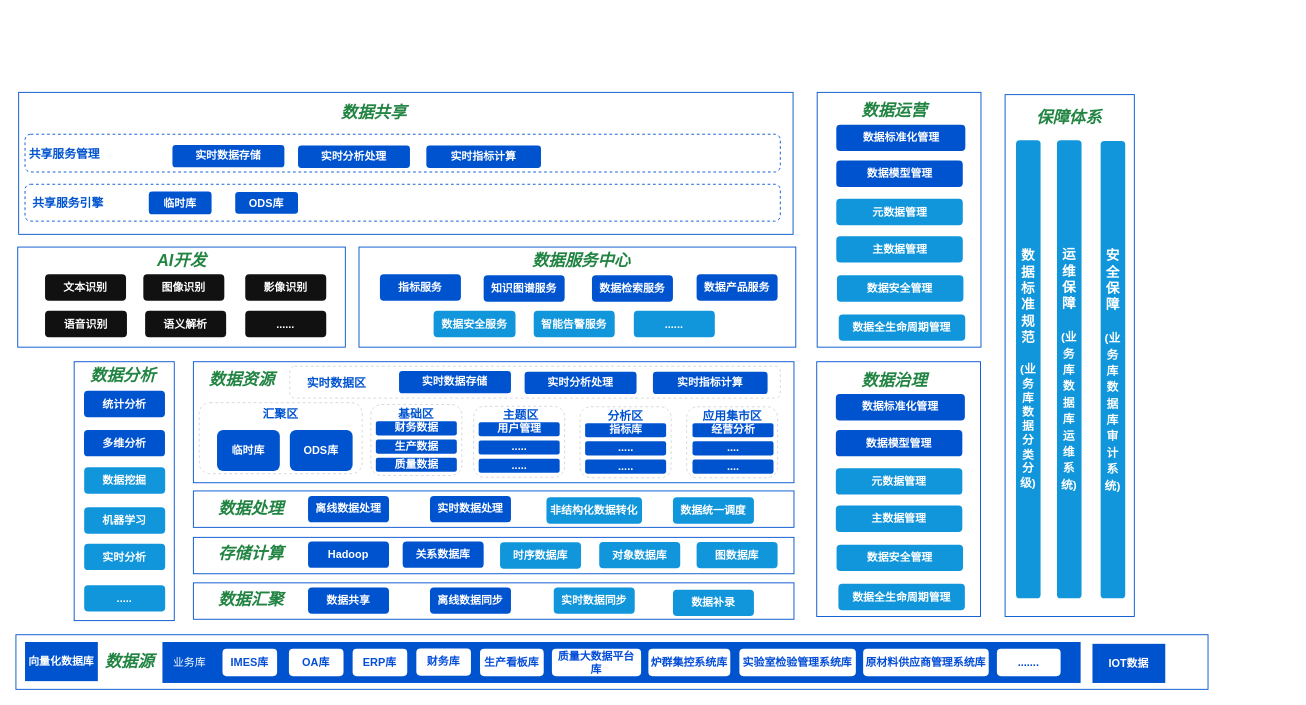
Earlier version of the draw.io diagram 数据.drawio (Niujieheng/GitHub_june). Source tidied: cells renumbered, new cells numbered last; positions are measured from the earlier drawing's top-left corner, leaving out a move shared by most shapes. Both pictures are drawn from the tidied source at 91%, with x=0, y=0 at pixel (15, 92).
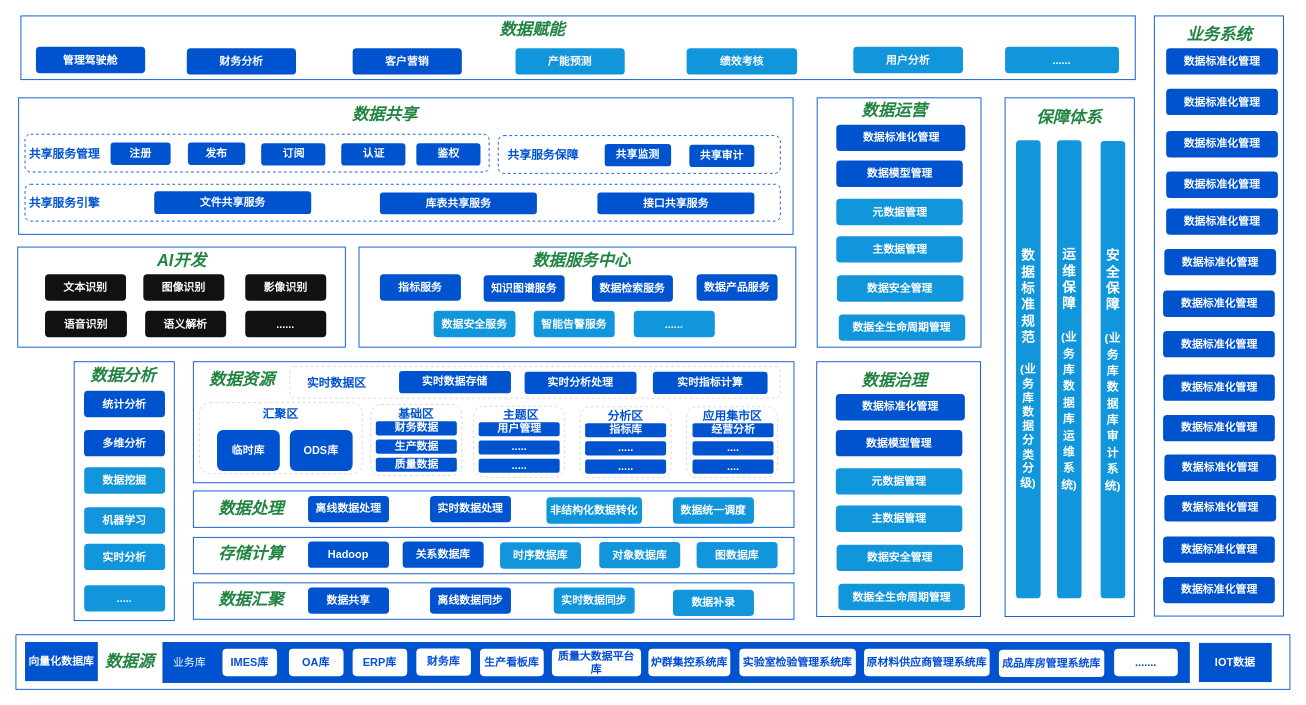
After the change.

What changed in the source:
```diff
@@
     <mxCell id="2" style="rounded=0;whiteSpace=wrap;html=1;strokeColor=light-dark(#0053cf, #ededed);" parent="1" vertex="1">
-      <mxGeometry y="596" width="1310" height="60" as="geometry" />
+      <mxGeometry y="596" width="1400" height="60" as="geometry" />
     </mxCell>
@@
     <mxCell id="4" style="rounded=0;whiteSpace=wrap;html=1;fillColor=light-dark(#0053cf, #ededed);strokeColor=none;" parent="1" vertex="1">
-      <mxGeometry x="161" y="604" width="1009" height="45" as="geometry" />
+      <mxGeometry x="161" y="604" width="1129" height="45" as="geometry" />
     </mxCell>
@@
     <mxCell id="13" value="&lt;font style=&quot;color: light-dark(rgb(3, 77, 215), rgb(237, 237, 237));&quot;&gt;&lt;b&gt;原材料供应商管理系统&lt;/b&gt;&lt;/font&gt;&lt;b style=&quot;color: rgb(3, 77, 215);&quot;&gt;库&lt;/b&gt;" style="text;html=1;whiteSpace=wrap;strokeColor=none;fillColor=default;align=center;verticalAlign=middle;rounded=1;" parent="1" vertex="1">
-      <mxGeometry x="931" y="611.5" width="138" height="30" as="geometry" />
+      <mxGeometry x="932" y="611.5" width="138" height="30" as="geometry" />
     </mxCell>
@@
     <mxCell id="15" value="&lt;font style=&quot;color: light-dark(rgb(3, 77, 215), rgb(237, 237, 237));&quot;&gt;&lt;b&gt;.......&lt;/b&gt;&lt;/font&gt;" style="text;html=1;whiteSpace=wrap;strokeColor=none;fillColor=default;align=center;verticalAlign=middle;rounded=1;" parent="1" vertex="1">
-      <mxGeometry x="1078" y="611.5" width="70" height="30" as="geometry" />
+      <mxGeometry x="1206.8" y="611.5" width="70" height="30" as="geometry" />
     </mxCell>
     <mxCell id="16" value="&lt;font style=&quot;color: light-dark(rgb(255, 255, 255), rgb(237, 237, 237));&quot;&gt;&lt;b style=&quot;&quot;&gt;IOT数据&lt;/b&gt;&lt;/font&gt;" style="text;html=1;whiteSpace=wrap;strokeColor=none;fillColor=light-dark(#0053cf, #ededed);align=center;verticalAlign=middle;rounded=0;" parent="1" vertex="1">
-      <mxGeometry x="1183" y="606" width="80" height="43" as="geometry" />
+      <mxGeometry x="1300" y="605" width="80" height="43" as="geometry" />
     </mxCell>
@@
     <mxCell id="55" style="rounded=0;whiteSpace=wrap;html=1;strokeColor=light-dark(#0053cf, #ededed);" parent="1" vertex="1">
-      <mxGeometry x="1087" y="2.5" width="142" height="573.5" as="geometry" />
+      <mxGeometry x="1087" y="6" width="142" height="570" as="geometry" />
     </mxCell>
@@
     <mxCell id="76" style="rounded=0;whiteSpace=wrap;html=1;strokeColor=light-dark(#0053cf, #ededed);" parent="1" vertex="1">
-      <mxGeometry x="880.5" width="180" height="280" as="geometry" />
+      <mxGeometry x="880.5" y="6" width="180" height="274" as="geometry" />
     </mxCell>
@@
     <mxCell id="114" style="rounded=0;whiteSpace=wrap;html=1;strokeColor=light-dark(#0053cf, #ededed);" parent="1" vertex="1">
-      <mxGeometry x="3" width="851" height="156" as="geometry" />
+      <mxGeometry x="3" y="6" width="851" height="150" as="geometry" />
     </mxCell>
     <mxCell id="115" value="&lt;font color=&quot;#228442&quot;&gt;&lt;span style=&quot;font-size: 18px;&quot;&gt;&lt;b&gt;&lt;i&gt;数据共享&lt;/i&gt;&lt;/b&gt;&lt;/span&gt;&lt;/font&gt;" style="text;html=1;whiteSpace=wrap;strokeColor=none;fillColor=none;align=center;verticalAlign=middle;rounded=0;" parent="1" vertex="1">
-      <mxGeometry x="345.5" y="7.5" width="94.5" height="30" as="geometry" />
+      <mxGeometry x="357.5" y="10" width="94.5" height="30" as="geometry" />
     </mxCell>
@@
-    <mxCell id="117" value="&lt;font style=&quot;color: light-dark(rgb(255, 255, 255), rgb(237, 237, 237));&quot;&gt;&lt;b style=&quot;&quot;&gt;ODS库&lt;/b&gt;&lt;/font&gt;" style="text;html=1;whiteSpace=wrap;strokeColor=none;fillColor=light-dark(#0053cf, #ededed);align=center;verticalAlign=middle;rounded=1;" parent="1" vertex="1">
-      <mxGeometry x="241" y="109.5" width="69" height="24" as="geometry" />
+    <mxCell id="117" value="&lt;font style=&quot;color: light-dark(rgb(255, 255, 255), rgb(237, 237, 237));&quot;&gt;&lt;b style=&quot;&quot;&gt;库表共享服务&lt;/b&gt;&lt;/font&gt;" style="text;html=1;whiteSpace=wrap;strokeColor=none;fillColor=light-dark(#0053cf, #ededed);align=center;verticalAlign=middle;rounded=1;" parent="1" vertex="1">
+      <mxGeometry x="400" y="110" width="172.5" height="24" as="geometry" />
     </mxCell>
     <mxCell id="118" value="&lt;font style=&quot;color: light-dark(rgb(0, 83, 207), rgb(237, 237, 237)); font-size: 13px;&quot;&gt;&lt;b&gt;共享服务引擎&lt;/b&gt;&lt;/font&gt;" style="text;html=1;whiteSpace=wrap;strokeColor=none;fillColor=none;align=center;verticalAlign=middle;rounded=0;" parent="1" vertex="1">
-      <mxGeometry x="15" y="106.2" width="85" height="30" as="geometry" />
+      <mxGeometry x="10.5" y="106.2" width="85" height="30" as="geometry" />
     </mxCell>
-    <mxCell id="119" value="&lt;font style=&quot;color: light-dark(rgb(255, 255, 255), rgb(237, 237, 237));&quot;&gt;&lt;b style=&quot;&quot;&gt;临时库&lt;/b&gt;&lt;/font&gt;" style="text;html=1;whiteSpace=wrap;strokeColor=none;fillColor=light-dark(#0053cf, #ededed);align=center;verticalAlign=middle;rounded=1;" parent="1" vertex="1">
-      <mxGeometry x="146" y="109" width="69" height="25" as="geometry" />
+    <mxCell id="119" value="&lt;font style=&quot;color: light-dark(rgb(255, 255, 255), rgb(237, 237, 237));&quot;&gt;&lt;b style=&quot;&quot;&gt;文件共享服务&lt;/b&gt;&lt;/font&gt;" style="text;html=1;whiteSpace=wrap;strokeColor=none;fillColor=light-dark(#0053cf, #ededed);align=center;verticalAlign=middle;rounded=1;" parent="1" vertex="1">
+      <mxGeometry x="152" y="108.8" width="172.5" height="25" as="geometry" />
     </mxCell>
     <mxCell id="120" style="rounded=1;whiteSpace=wrap;html=1;dashed=1;strokeColor=light-dark(#0051d8, #ededed);strokeWidth=1;" parent="1" vertex="1">
-      <mxGeometry x="10" y="46" width="830" height="41.5" as="geometry" />
+      <mxGeometry x="10" y="46" width="510" height="41.5" as="geometry" />
     </mxCell>
@@
-    <mxCell id="122" value="&lt;font style=&quot;color: light-dark(rgb(255, 255, 255), rgb(237, 237, 237));&quot;&gt;&lt;b style=&quot;&quot;&gt;实时分析处理&lt;/b&gt;&lt;/font&gt;" style="text;html=1;whiteSpace=wrap;strokeColor=none;fillColor=light-dark(#0053cf, #ededed);align=center;verticalAlign=middle;rounded=1;" parent="1" vertex="1">
-      <mxGeometry x="310" y="58.5" width="123" height="24.5" as="geometry" />
+    <mxCell id="122" value="&lt;font style=&quot;color: light-dark(rgb(255, 255, 255), rgb(237, 237, 237));&quot;&gt;&lt;b style=&quot;&quot;&gt;发布&lt;/b&gt;&lt;/font&gt;" style="text;html=1;whiteSpace=wrap;strokeColor=none;fillColor=light-dark(#0053cf, #ededed);align=center;verticalAlign=middle;rounded=1;" parent="1" vertex="1">
+      <mxGeometry x="189" y="55.2" width="63" height="24.5" as="geometry" />
     </mxCell>
-    <mxCell id="123" value="&lt;font style=&quot;color: light-dark(rgb(255, 255, 255), rgb(237, 237, 237));&quot;&gt;&lt;b style=&quot;&quot;&gt;实时指标计算&lt;/b&gt;&lt;/font&gt;" style="text;html=1;whiteSpace=wrap;strokeColor=none;fillColor=light-dark(#0053cf, #ededed);align=center;verticalAlign=middle;rounded=1;" parent="1" vertex="1">
-      <mxGeometry x="451" y="58.5" width="126" height="24.5" as="geometry" />
+    <mxCell id="123" value="&lt;font style=&quot;color: light-dark(rgb(255, 255, 255), rgb(237, 237, 237));&quot;&gt;&lt;b style=&quot;&quot;&gt;订阅&lt;/b&gt;&lt;/font&gt;" style="text;html=1;whiteSpace=wrap;strokeColor=none;fillColor=light-dark(#0053cf, #ededed);align=center;verticalAlign=middle;rounded=1;" parent="1" vertex="1">
+      <mxGeometry x="269.5" y="56" width="70.5" height="24.5" as="geometry" />
     </mxCell>
-    <mxCell id="124" value="&lt;font style=&quot;color: light-dark(rgb(255, 255, 255), rgb(237, 237, 237));&quot;&gt;&lt;b style=&quot;&quot;&gt;实时数据存储&lt;/b&gt;&lt;/font&gt;" style="text;html=1;whiteSpace=wrap;strokeColor=none;fillColor=light-dark(#0053cf, #ededed);align=center;verticalAlign=middle;rounded=1;" parent="1" vertex="1">
-      <mxGeometry x="172" y="57.8" width="123" height="24.5" as="geometry" />
+    <mxCell id="124" value="&lt;font style=&quot;color: light-dark(rgb(255, 255, 255), rgb(237, 237, 237));&quot;&gt;&lt;b style=&quot;&quot;&gt;注册&lt;/b&gt;&lt;/font&gt;" style="text;html=1;whiteSpace=wrap;strokeColor=none;fillColor=light-dark(#0053cf, #ededed);align=center;verticalAlign=middle;rounded=1;" parent="1" vertex="1">
+      <mxGeometry x="104" y="55.2" width="66" height="24.5" as="geometry" />
     </mxCell>
+    <mxCell id="125" value="&lt;font style=&quot;color: light-dark(rgb(255, 255, 255), rgb(237, 237, 237));&quot;&gt;&lt;b style=&quot;&quot;&gt;认证&lt;/b&gt;&lt;/font&gt;" style="text;html=1;whiteSpace=wrap;strokeColor=none;fillColor=light-dark(#0053cf, #ededed);align=center;verticalAlign=middle;rounded=1;" parent="1" vertex="1">
+      <mxGeometry x="357.5" y="56" width="70.5" height="24.5" as="geometry" />
+    </mxCell>
+    <mxCell id="126" value="&lt;font style=&quot;color: light-dark(rgb(255, 255, 255), rgb(237, 237, 237));&quot;&gt;&lt;b style=&quot;&quot;&gt;鉴权&lt;/b&gt;&lt;/font&gt;" style="text;html=1;whiteSpace=wrap;strokeColor=none;fillColor=light-dark(#0053cf, #ededed);align=center;verticalAlign=middle;rounded=1;" parent="1" vertex="1">
+      <mxGeometry x="440" y="56" width="70.5" height="24.5" as="geometry" />
+    </mxCell>
+    <mxCell id="127" value="&lt;font style=&quot;color: light-dark(rgb(255, 255, 255), rgb(237, 237, 237));&quot;&gt;&lt;b style=&quot;&quot;&gt;接口共享服务&lt;/b&gt;&lt;/font&gt;" style="text;html=1;whiteSpace=wrap;strokeColor=none;fillColor=light-dark(#0053cf, #ededed);align=center;verticalAlign=middle;rounded=1;" parent="1" vertex="1">
+      <mxGeometry x="639" y="110" width="172.5" height="24" as="geometry" />
+    </mxCell>
+    <mxCell id="128" style="rounded=1;whiteSpace=wrap;html=1;dashed=1;strokeColor=light-dark(#0051d8, #ededed);strokeWidth=1;" parent="1" vertex="1">
+      <mxGeometry x="530" y="47.5" width="310" height="41.5" as="geometry" />
+    </mxCell>
+    <mxCell id="129" value="&lt;font color=&quot;#0053cf&quot;&gt;&lt;span style=&quot;font-size: 13px;&quot;&gt;&lt;b&gt;共享服务保障&lt;/b&gt;&lt;/span&gt;&lt;/font&gt;" style="text;html=1;whiteSpace=wrap;strokeColor=none;fillColor=none;align=center;verticalAlign=middle;rounded=0;" parent="1" vertex="1">
+      <mxGeometry x="536.5" y="54" width="84.5" height="30" as="geometry" />
+    </mxCell>
+    <mxCell id="130" value="&lt;font style=&quot;color: light-dark(rgb(255, 255, 255), rgb(237, 237, 237));&quot;&gt;&lt;b style=&quot;&quot;&gt;共享审计&lt;/b&gt;&lt;/font&gt;" style="text;html=1;whiteSpace=wrap;strokeColor=none;fillColor=light-dark(#0053cf, #ededed);align=center;verticalAlign=middle;rounded=1;" parent="1" vertex="1">
+      <mxGeometry x="740" y="57.5" width="71.5" height="24.5" as="geometry" />
+    </mxCell>
+    <mxCell id="131" value="&lt;font style=&quot;color: light-dark(rgb(255, 255, 255), rgb(237, 237, 237));&quot;&gt;&lt;b style=&quot;&quot;&gt;共享监测&lt;/b&gt;&lt;/font&gt;" style="text;html=1;whiteSpace=wrap;strokeColor=none;fillColor=light-dark(#0053cf, #ededed);align=center;verticalAlign=middle;rounded=1;" parent="1" vertex="1">
+      <mxGeometry x="647" y="56.8" width="73" height="24.5" as="geometry" />
+    </mxCell>
+    <mxCell id="132" style="rounded=0;whiteSpace=wrap;html=1;strokeColor=light-dark(#0053cf, #ededed);" parent="1" vertex="1">
+      <mxGeometry x="5.5" y="-84" width="1224.5" height="70" as="geometry" />
+    </mxCell>
+    <mxCell id="133" value="&lt;font color=&quot;#228442&quot;&gt;&lt;span style=&quot;font-size: 18px;&quot;&gt;&lt;b&gt;&lt;i&gt;数据赋能&lt;/i&gt;&lt;/b&gt;&lt;/span&gt;&lt;/font&gt;" style="text;html=1;whiteSpace=wrap;strokeColor=none;fillColor=none;align=center;verticalAlign=middle;rounded=0;" parent="1" vertex="1">
+      <mxGeometry x="520" y="-84" width="94.5" height="30" as="geometry" />
+    </mxCell>
+    <mxCell id="134" value="&lt;font style=&quot;color: light-dark(rgb(255, 255, 255), rgb(237, 237, 237));&quot;&gt;&lt;b style=&quot;&quot;&gt;管理驾驶舱&lt;/b&gt;&lt;/font&gt;" style="text;html=1;whiteSpace=wrap;strokeColor=none;fillColor=light-dark(#0053cf, #ededed);align=center;verticalAlign=middle;rounded=1;" parent="1" vertex="1">
+      <mxGeometry x="22" y="-50" width="120" height="29" as="geometry" />
+    </mxCell>
+    <mxCell id="135" value="&lt;b style=&quot;color: rgb(255, 255, 255);&quot;&gt;财务分析&lt;/b&gt;" style="text;html=1;whiteSpace=wrap;strokeColor=none;fillColor=light-dark(#0053cf, #ededed);align=center;verticalAlign=middle;rounded=1;" parent="1" vertex="1">
+      <mxGeometry x="187.8" y="-48.5" width="120" height="29" as="geometry" />
+    </mxCell>
+    <mxCell id="136" value="&lt;font color=&quot;#ffffff&quot;&gt;&lt;b&gt;产能预测&lt;/b&gt;&lt;/font&gt;" style="text;html=1;whiteSpace=wrap;strokeColor=none;fillColor=light-dark(#1196db, #ededed);align=center;verticalAlign=middle;rounded=1;" parent="1" vertex="1">
+      <mxGeometry x="549" y="-48.5" width="120" height="29" as="geometry" />
+    </mxCell>
+    <mxCell id="137" value="&lt;font color=&quot;#ffffff&quot;&gt;&lt;b&gt;绩效考核&lt;/b&gt;&lt;/font&gt;" style="text;html=1;whiteSpace=wrap;strokeColor=none;fillColor=light-dark(#1196db, #ededed);align=center;verticalAlign=middle;rounded=1;" parent="1" vertex="1">
+      <mxGeometry x="737" y="-48.5" width="121.5" height="29" as="geometry" />
+    </mxCell>
+    <mxCell id="138" value="&lt;b style=&quot;color: rgb(255, 255, 255);&quot;&gt;客户营销&lt;/b&gt;" style="text;html=1;whiteSpace=wrap;strokeColor=none;fillColor=light-dark(#0053cf, #ededed);align=center;verticalAlign=middle;rounded=1;" parent="1" vertex="1">
+      <mxGeometry x="370" y="-48.5" width="120" height="29" as="geometry" />
+    </mxCell>
+    <mxCell id="139" value="&lt;font color=&quot;#ffffff&quot;&gt;&lt;b&gt;用户分析&lt;/b&gt;&lt;/font&gt;" style="text;html=1;whiteSpace=wrap;strokeColor=none;fillColor=light-dark(#1196db, #ededed);align=center;verticalAlign=middle;rounded=1;" parent="1" vertex="1">
+      <mxGeometry x="920.2" y="-50" width="120.5" height="29" as="geometry" />
+    </mxCell>
+    <mxCell id="140" value="&lt;font color=&quot;#ffffff&quot;&gt;&lt;b&gt;......&lt;/b&gt;&lt;/font&gt;" style="text;html=1;whiteSpace=wrap;strokeColor=none;fillColor=light-dark(#1196db, #ededed);align=center;verticalAlign=middle;rounded=1;" parent="1" vertex="1">
+      <mxGeometry x="1087" y="-50" width="125.2" height="29" as="geometry" />
+    </mxCell>
+    <mxCell id="141" style="rounded=0;whiteSpace=wrap;html=1;strokeColor=light-dark(#0053cf, #ededed);" parent="1" vertex="1">
+      <mxGeometry x="1251" y="-84" width="142" height="659.5" as="geometry" />
+    </mxCell>
+    <mxCell id="142" value="&lt;font color=&quot;#228442&quot;&gt;&lt;span style=&quot;font-size: 18px;&quot;&gt;&lt;b&gt;&lt;i&gt;业务系统&lt;/i&gt;&lt;/b&gt;&lt;/span&gt;&lt;/font&gt;" style="text;html=1;whiteSpace=wrap;strokeColor=none;fillColor=none;align=center;verticalAlign=middle;rounded=0;" parent="1" vertex="1">
+      <mxGeometry x="1274.8" y="-78.5" width="94.5" height="30" as="geometry" />
+    </mxCell>
+    <mxCell id="143" value="&lt;font style=&quot;color: light-dark(rgb(255, 255, 255), rgb(237, 237, 237));&quot;&gt;&lt;b style=&quot;&quot;&gt;数据标准化管理&lt;/b&gt;&lt;/font&gt;" style="text;html=1;whiteSpace=wrap;strokeColor=none;fillColor=light-dark(#0053cf, #ededed);align=center;verticalAlign=middle;rounded=1;" parent="1" vertex="1">
+      <mxGeometry x="1264" y="-48.5" width="122.8" height="29" as="geometry" />
+    </mxCell>
+    <mxCell id="144" value="&lt;font style=&quot;color: light-dark(rgb(255, 255, 255), rgb(237, 237, 237));&quot;&gt;&lt;b style=&quot;&quot;&gt;数据标准化管理&lt;/b&gt;&lt;/font&gt;" style="text;html=1;whiteSpace=wrap;strokeColor=none;fillColor=light-dark(#0053cf, #ededed);align=center;verticalAlign=middle;rounded=1;" parent="1" vertex="1">
+      <mxGeometry x="1264" y="-4" width="122.8" height="29" as="geometry" />
+    </mxCell>
+    <mxCell id="145" value="&lt;font style=&quot;color: light-dark(rgb(255, 255, 255), rgb(237, 237, 237));&quot;&gt;&lt;b style=&quot;&quot;&gt;数据标准化管理&lt;/b&gt;&lt;/font&gt;" style="text;html=1;whiteSpace=wrap;strokeColor=none;fillColor=light-dark(#0053cf, #ededed);align=center;verticalAlign=middle;rounded=1;" parent="1" vertex="1">
+      <mxGeometry x="1264" y="42.5" width="122.8" height="29" as="geometry" />
+    </mxCell>
+    <mxCell id="146" value="&lt;font style=&quot;color: light-dark(rgb(255, 255, 255), rgb(237, 237, 237));&quot;&gt;&lt;b style=&quot;&quot;&gt;数据标准化管理&lt;/b&gt;&lt;/font&gt;" style="text;html=1;whiteSpace=wrap;strokeColor=none;fillColor=light-dark(#0053cf, #ededed);align=center;verticalAlign=middle;rounded=1;" parent="1" vertex="1">
+      <mxGeometry x="1264" y="87" width="122.8" height="29" as="geometry" />
+    </mxCell>
+    <mxCell id="147" value="&lt;font style=&quot;color: light-dark(rgb(255, 255, 255), rgb(237, 237, 237));&quot;&gt;&lt;b style=&quot;&quot;&gt;数据标准化管理&lt;/b&gt;&lt;/font&gt;" style="text;html=1;whiteSpace=wrap;strokeColor=none;fillColor=light-dark(#0053cf, #ededed);align=center;verticalAlign=middle;rounded=1;" parent="1" vertex="1">
+      <mxGeometry x="1264" y="127.5" width="122.8" height="29" as="geometry" />
+    </mxCell>
+    <mxCell id="148" value="&lt;font style=&quot;color: light-dark(rgb(255, 255, 255), rgb(237, 237, 237));&quot;&gt;&lt;b style=&quot;&quot;&gt;数据标准化管理&lt;/b&gt;&lt;/font&gt;" style="text;html=1;whiteSpace=wrap;strokeColor=none;fillColor=light-dark(#0053cf, #ededed);align=center;verticalAlign=middle;rounded=1;" parent="1" vertex="1">
+      <mxGeometry x="1262" y="172" width="122.8" height="29" as="geometry" />
+    </mxCell>
+    <mxCell id="149" value="&lt;font style=&quot;color: light-dark(rgb(255, 255, 255), rgb(237, 237, 237));&quot;&gt;&lt;b style=&quot;&quot;&gt;数据标准化管理&lt;/b&gt;&lt;/font&gt;" style="text;html=1;whiteSpace=wrap;strokeColor=none;fillColor=light-dark(#0053cf, #ededed);align=center;verticalAlign=middle;rounded=1;" parent="1" vertex="1">
+      <mxGeometry x="1260.6" y="217.8" width="122.8" height="29" as="geometry" />
+    </mxCell>
+    <mxCell id="150" value="&lt;font style=&quot;color: light-dark(rgb(255, 255, 255), rgb(237, 237, 237));&quot;&gt;&lt;b style=&quot;&quot;&gt;数据标准化管理&lt;/b&gt;&lt;/font&gt;" style="text;html=1;whiteSpace=wrap;strokeColor=none;fillColor=light-dark(#0053cf, #ededed);align=center;verticalAlign=middle;rounded=1;" parent="1" vertex="1">
+      <mxGeometry x="1260.6" y="262.2" width="122.8" height="29" as="geometry" />
+    </mxCell>
+    <mxCell id="151" value="&lt;font style=&quot;color: light-dark(rgb(255, 255, 255), rgb(237, 237, 237));&quot;&gt;&lt;b style=&quot;&quot;&gt;数据标准化管理&lt;/b&gt;&lt;/font&gt;" style="text;html=1;whiteSpace=wrap;strokeColor=none;fillColor=light-dark(#0053cf, #ededed);align=center;verticalAlign=middle;rounded=1;" parent="1" vertex="1">
+      <mxGeometry x="1260.6" y="310" width="122.8" height="29" as="geometry" />
+    </mxCell>
+    <mxCell id="152" value="&lt;font style=&quot;color: light-dark(rgb(255, 255, 255), rgb(237, 237, 237));&quot;&gt;&lt;b style=&quot;&quot;&gt;数据标准化管理&lt;/b&gt;&lt;/font&gt;" style="text;html=1;whiteSpace=wrap;strokeColor=none;fillColor=light-dark(#0053cf, #ededed);align=center;verticalAlign=middle;rounded=1;" parent="1" vertex="1">
+      <mxGeometry x="1260.6" y="354.5" width="122.8" height="29" as="geometry" />
+    </mxCell>
+    <mxCell id="153" value="&lt;font style=&quot;color: light-dark(rgb(255, 255, 255), rgb(237, 237, 237));&quot;&gt;&lt;b style=&quot;&quot;&gt;数据标准化管理&lt;/b&gt;&lt;/font&gt;" style="text;html=1;whiteSpace=wrap;strokeColor=none;fillColor=light-dark(#0053cf, #ededed);align=center;verticalAlign=middle;rounded=1;" parent="1" vertex="1">
+      <mxGeometry x="1262" y="398" width="122.8" height="29" as="geometry" />
+    </mxCell>
+    <mxCell id="154" value="&lt;font style=&quot;color: light-dark(rgb(255, 255, 255), rgb(237, 237, 237));&quot;&gt;&lt;b style=&quot;&quot;&gt;数据标准化管理&lt;/b&gt;&lt;/font&gt;" style="text;html=1;whiteSpace=wrap;strokeColor=none;fillColor=light-dark(#0053cf, #ededed);align=center;verticalAlign=middle;rounded=1;" parent="1" vertex="1">
+      <mxGeometry x="1262" y="442.5" width="122.8" height="29" as="geometry" />
+    </mxCell>
+    <mxCell id="155" value="&lt;font style=&quot;color: light-dark(rgb(255, 255, 255), rgb(237, 237, 237));&quot;&gt;&lt;b style=&quot;&quot;&gt;数据标准化管理&lt;/b&gt;&lt;/font&gt;" style="text;html=1;whiteSpace=wrap;strokeColor=none;fillColor=light-dark(#0053cf, #ededed);align=center;verticalAlign=middle;rounded=1;" parent="1" vertex="1">
+      <mxGeometry x="1260.6" y="488" width="122.8" height="29" as="geometry" />
+    </mxCell>
+    <mxCell id="156" value="&lt;font style=&quot;color: light-dark(rgb(255, 255, 255), rgb(237, 237, 237));&quot;&gt;&lt;b style=&quot;&quot;&gt;数据标准化管理&lt;/b&gt;&lt;/font&gt;" style="text;html=1;whiteSpace=wrap;strokeColor=none;fillColor=light-dark(#0053cf, #ededed);align=center;verticalAlign=middle;rounded=1;" parent="1" vertex="1">
+      <mxGeometry x="1260.6" y="532.5" width="122.8" height="29" as="geometry" />
+    </mxCell>
+    <mxCell id="157" value="&lt;font color=&quot;#034dd7&quot;&gt;&lt;b&gt;成品库房管理系统库&lt;/b&gt;&lt;/font&gt;" style="text;html=1;whiteSpace=wrap;strokeColor=none;fillColor=default;align=center;verticalAlign=middle;rounded=1;" parent="1" vertex="1">
+      <mxGeometry x="1080.2" y="612.5" width="115.8" height="30" as="geometry" />
+    </mxCell>
```
